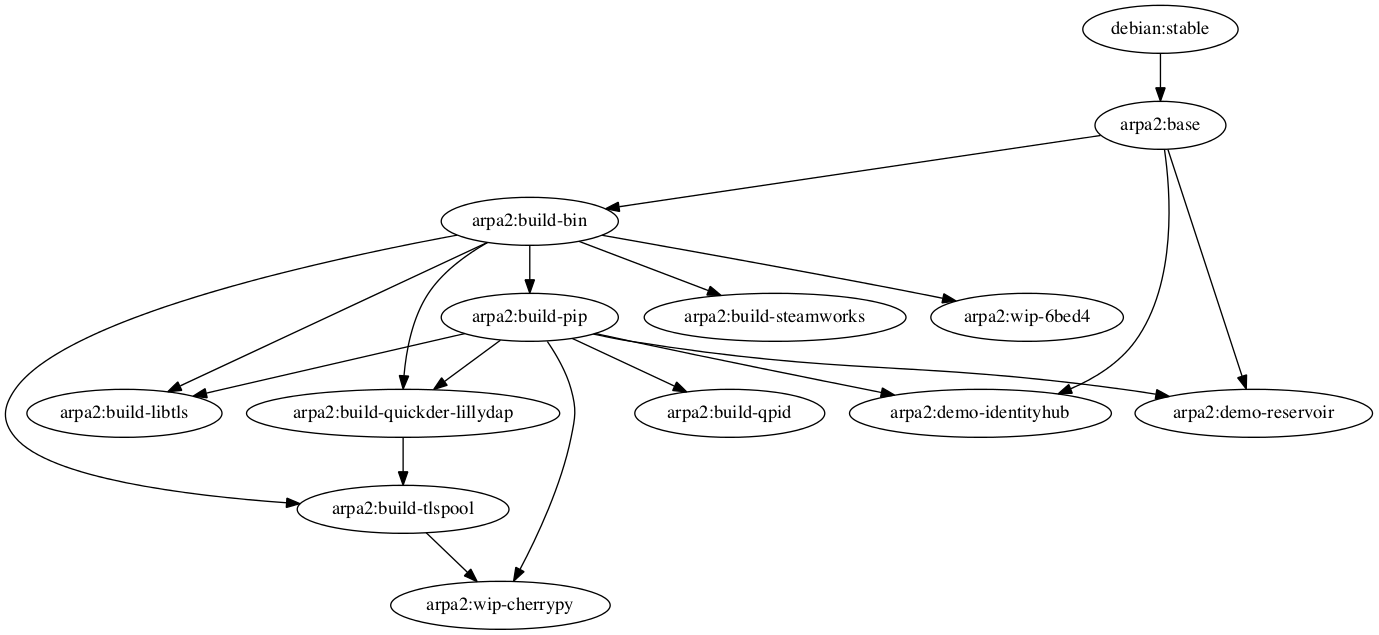
The Graphviz diagram deps.png in timkuijsten/docker-demo, before a commit. Its source is kept beside it as deps.dot.
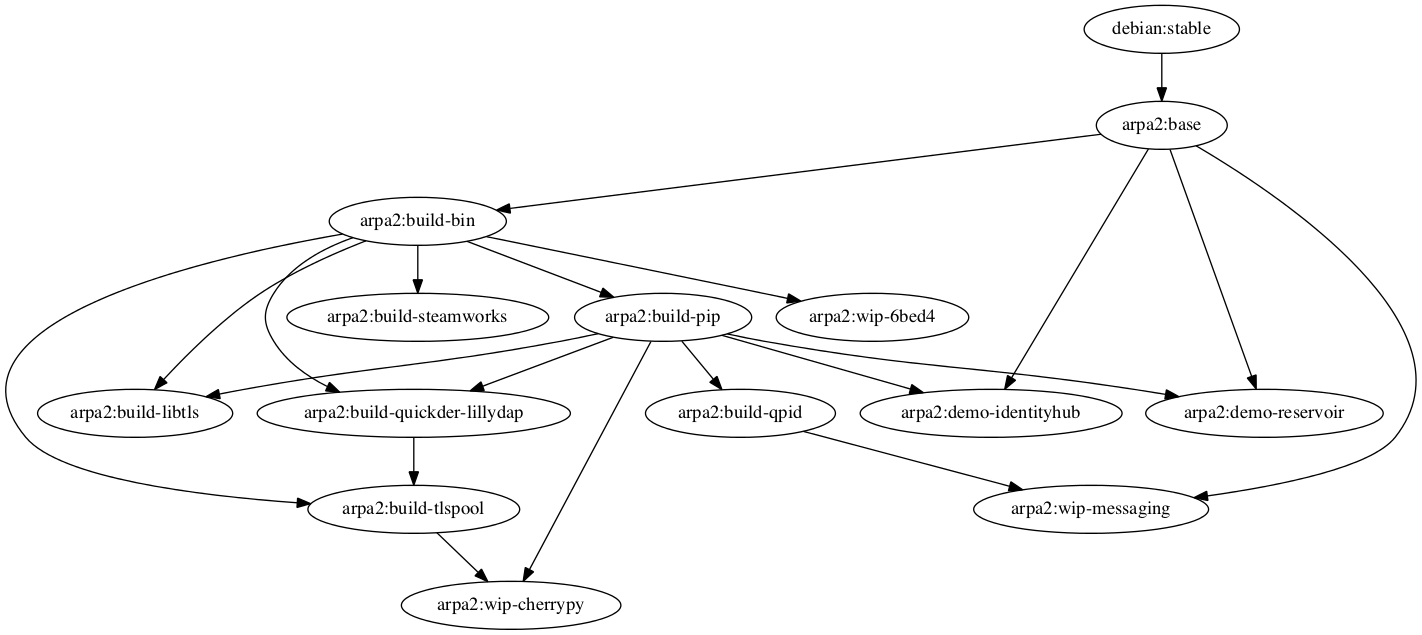
The same diagram one commit later.

Commit message:
wip-messaging: Built on Qpid for a central Message Broker.

Diff of the diagram source:
```diff
@@ -30,4 +30,7 @@
    "arpa2:wip-cherrypy";
    "arpa2:build-pip" -> "arpa2:wip-cherrypy" ;
    "arpa2:build-tlspool" -> "arpa2:wip-cherrypy" ;
+   "arpa2:wip-messaging";
+   "arpa2:build-qpid" -> "arpa2:wip-messaging" ;
+   "arpa2:base" -> "arpa2:wip-messaging" ;
 }
```
